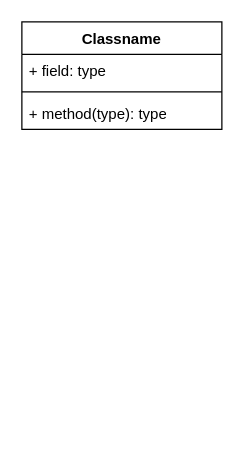
Earlier version of the draw.io diagram Game01_in_game.drawio (tsinghud114/UML_Pic). Source tidied: cells renumbered, new cells numbered last; positions are measured from the earlier drawing's top-left corner, leaving out a move shared by most shapes. Both pictures are drawn from the tidied source at 125%, with x=0, y=0 at pixel (21, 21).
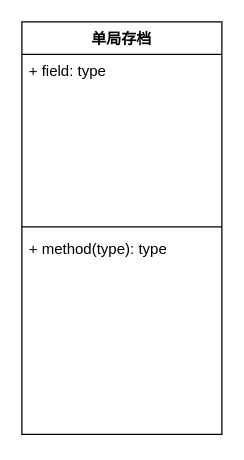
The same diagram, later.

Diff of the diagram source:
```diff
@@
 <mxGraphModel>
   <root>
     <mxCell id="0" />
     <mxCell id="1" parent="0" />
-    <mxCell id="2" value="Classname" style="swimlane;fontStyle=1;align=center;verticalAlign=top;horizontal=1;startSize=26;whiteSpace=wrap;html=1;" parent="1" vertex="1">
-      <mxGeometry width="160" height="86" as="geometry" />
+    <mxCell id="2" value="单局存档" style="swimlane;fontStyle=1;align=center;verticalAlign=top;horizontal=1;startSize=26;whiteSpace=wrap;html=1;" parent="1" vertex="1">
+      <mxGeometry width="160" height="330" as="geometry" />
     </mxCell>
-    <mxCell id="3" value="+ field: type" style="text;strokeColor=none;fillColor=none;align=left;verticalAlign=top;spacingLeft=4;spacingRight=4;overflow=hidden;whiteSpace=wrap;html=1;" parent="2" vertex="1">
-      <mxGeometry y="26" width="160" height="26" as="geometry" />
+    <mxCell id="3" value="+ field: type&lt;div&gt;&lt;br&gt;&lt;/div&gt;" style="text;strokeColor=none;fillColor=none;align=left;verticalAlign=top;spacingLeft=4;spacingRight=4;overflow=hidden;whiteSpace=wrap;html=1;" parent="2" vertex="1">
+      <mxGeometry y="26" width="160" height="134" as="geometry" />
     </mxCell>
     <mxCell id="4" style="line;strokeWidth=1;fillColor=none;align=left;verticalAlign=middle;spacingTop=-1;spacingLeft=3;spacingRight=3;labelPosition=right;strokeColor=inherit;" parent="2" vertex="1">
-      <mxGeometry y="52" width="160" height="8" as="geometry" />
+      <mxGeometry y="160" width="160" height="8" as="geometry" />
     </mxCell>
     <mxCell id="5" value="+ method(type): type" style="text;strokeColor=none;fillColor=none;align=left;verticalAlign=top;spacingLeft=4;spacingRight=4;overflow=hidden;whiteSpace=wrap;html=1;" parent="2" vertex="1">
-      <mxGeometry y="60" width="160" height="26" as="geometry" />
+      <mxGeometry y="168" width="160" height="162" as="geometry" />
     </mxCell>
   </root>
 </mxGraphModel>
```
